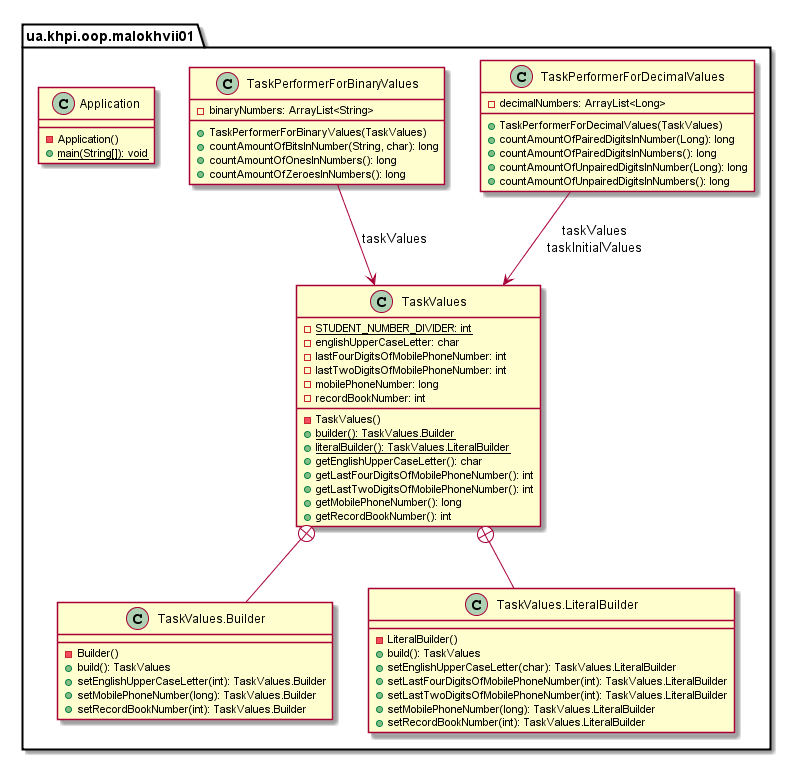
Above: malokhvii-eduard/malokhvii01/doc/plantuml/png/ua.khpi.oop.malokhvii01.package.png in P-Kalin/kit26a (PlantUML), before the change.
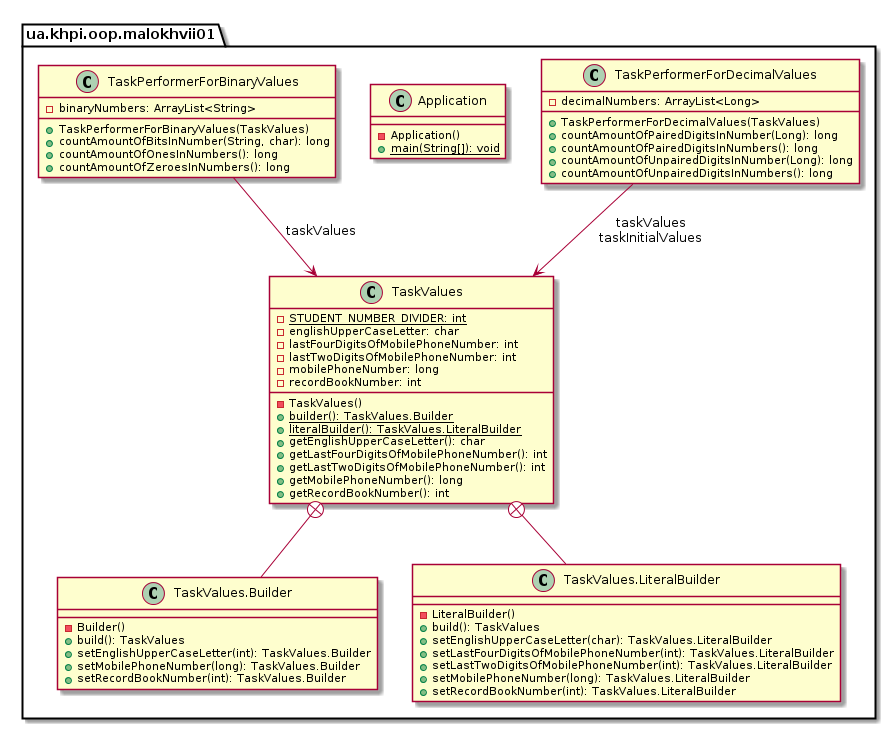
Above is the later version.

What changed in the source:
```diff
@@ -1,6 +1,15 @@
 @startuml
 
     namespace ua.khpi.oop.malokhvii01 {
+
+        class TaskPerformerForDecimalValues {
+            -decimalNumbers: ArrayList<Long>
+            +TaskPerformerForDecimalValues(TaskValues)
+            +countAmountOfPairedDigitsInNumber(Long): long
+            +countAmountOfPairedDigitsInNumbers(): long
+            +countAmountOfUnpairedDigitsInNumber(Long): long
+            +countAmountOfUnpairedDigitsInNumbers(): long
+        }
 
         class TaskValues {
             {static} -STUDENT_NUMBER_DIVIDER: int
@@ -37,13 +46,9 @@
             +setRecordBookNumber(int): TaskValues.LiteralBuilder
         }
 
-        class TaskPerformerForDecimalValues {
-            -decimalNumbers: ArrayList<Long>
-            +TaskPerformerForDecimalValues(TaskValues)
-            +countAmountOfPairedDigitsInNumber(Long): long
-            +countAmountOfPairedDigitsInNumbers(): long
-            +countAmountOfUnpairedDigitsInNumber(Long): long
-            +countAmountOfUnpairedDigitsInNumbers(): long
+        class Application {
+            -Application()
+            {static} +main(String[]): void
         }
 
         class TaskPerformerForBinaryValues {
@@ -52,11 +57,6 @@
             +countAmountOfBitsInNumber(String, char): long
             +countAmountOfOnesInNumbers(): long
             +countAmountOfZeroesInNumbers(): long
-        }
-
-        class Application {
-            -Application()
-            {static} +main(String[]): void
         }
 
         TaskValues +-- ua.khpi.oop.malokhvii01.TaskValues.Builder
```
